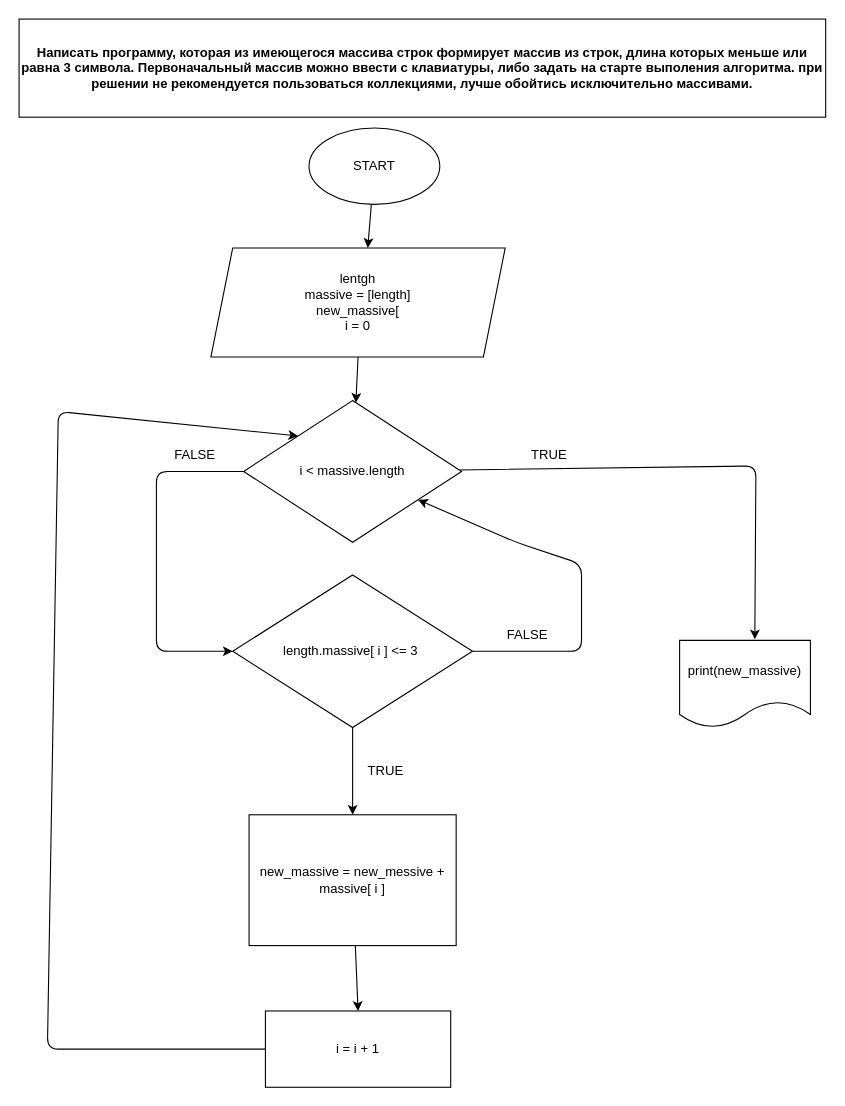
Earlier version of the draw.io diagram exam.drawio (leru0411/examination-07.08.2022). Source tidied: cells renumbered, new cells numbered last; positions are measured from the earlier drawing's top-left corner, leaving out a move shared by most shapes. Both pictures are drawn from the tidied source at 109%, with x=0, y=0 at pixel (19, 19).
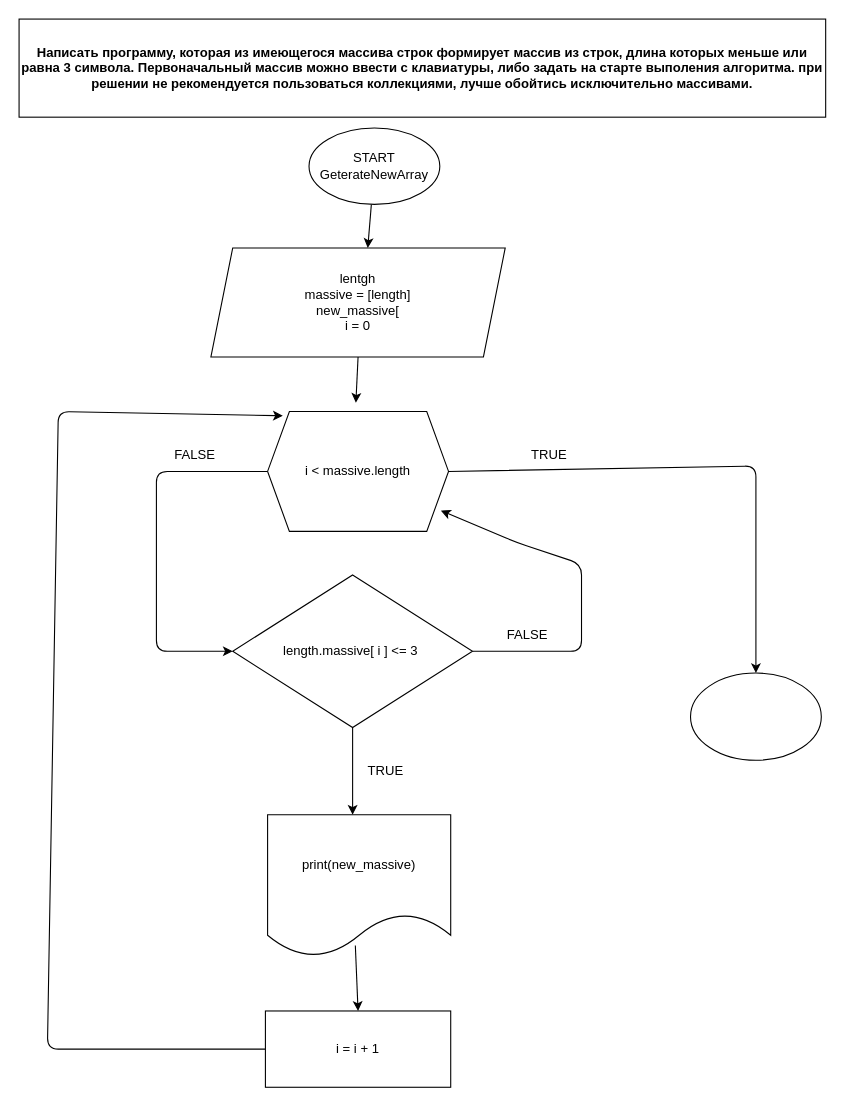
The same page after the edit.

Commit message:
corrected diagram

Unchanged cells that the change refers to:
```xml
<mxCell id="6" value="lentgh&lt;br&gt;massive = [length]&lt;br&gt;new_massive[&lt;br&gt;i = 0" style="shape=parallelogram;perimeter=parallelogramPerimeter;whiteSpace=wrap;html=1;fixedSize=1;" parent="1" vertex="1">
  <mxGeometry x="176" y="210" width="270" height="100" as="geometry" />
</mxCell>
<mxCell id="12" value="length.massive[ i ] &amp;lt;= 3&amp;nbsp;" style="rhombus;whiteSpace=wrap;html=1;" parent="1" vertex="1">
  <mxGeometry x="196" y="510" width="220" height="140" as="geometry" />
</mxCell>
<mxCell id="16" value="i = i + 1" style="rounded=0;whiteSpace=wrap;html=1;" parent="1" vertex="1">
  <mxGeometry x="226" y="910" width="170" height="70" as="geometry" />
</mxCell>
```

The edit, as a diff of the source:
```diff
@@
-    <mxCell id="4" value="START" style="ellipse;whiteSpace=wrap;html=1;" parent="1" vertex="1">
+    <mxCell id="4" value="START GeterateNewArray" style="ellipse;whiteSpace=wrap;html=1;" parent="1" vertex="1">
       <mxGeometry x="266" y="100" width="120" height="70" as="geometry" />
     </mxCell>
-    <mxCell id="5" style="edgeStyle=none;html=1;exitX=0.5;exitY=1;exitDx=0;exitDy=0;" parent="1" edge="1" source="6" target="9">
-      <mxGeometry relative="1" as="geometry" />
+    <mxCell id="5" style="edgeStyle=none;html=1;exitX=0.5;exitY=1;exitDx=0;exitDy=0;" parent="1" edge="1" source="6">
+      <mxGeometry relative="1" as="geometry">
+        <mxPoint x="309" y="352" as="targetPoint" />
+      </mxGeometry>
     </mxCell>
@@
-    <mxCell id="7" style="edgeStyle=none;html=1;entryX=0;entryY=0.5;entryDx=0;entryDy=0;" parent="1" edge="1" source="9" target="12">
+    <mxCell id="7" style="edgeStyle=none;html=1;entryX=0;entryY=0.5;entryDx=0;entryDy=0;exitX=0;exitY=0.5;exitDx=0;exitDy=0;" parent="1" edge="1" source="9" target="12">
       <mxGeometry relative="1" as="geometry">
         <Array as="points">
           <mxPoint x="126" y="415" />
           <mxPoint x="126" y="580" />
         </Array>
       </mxGeometry>
     </mxCell>
-    <mxCell id="8" style="edgeStyle=none;html=1;entryX=0.575;entryY=-0.012;entryDx=0;entryDy=0;entryPerimeter=0;" parent="1" edge="1" source="9" target="17">
+    <mxCell id="8" style="edgeStyle=none;html=1;exitX=1;exitY=0.5;exitDx=0;exitDy=0;" parent="1" edge="1" source="9">
       <mxGeometry relative="1" as="geometry">
+        <mxPoint x="676" y="600" as="targetPoint" />
         <Array as="points">
           <mxPoint x="676" y="410" />
         </Array>
       </mxGeometry>
     </mxCell>
-    <mxCell id="9" value="i &amp;lt; massive.length" style="rhombus;whiteSpace=wrap;html=1;" parent="1" vertex="1">
-      <mxGeometry x="206" y="350" width="200" height="130" as="geometry" />
-    </mxCell>
-    <mxCell id="10" style="edgeStyle=none;html=1;entryX=0.5;entryY=0;entryDx=0;entryDy=0;" parent="1" edge="1" source="12" target="14">
-      <mxGeometry relative="1" as="geometry" />
+    <mxCell id="10" style="edgeStyle=none;html=1;entryX=0.5;entryY=0;entryDx=0;entryDy=0;" parent="1" edge="1" source="12">
+      <mxGeometry relative="1" as="geometry">
+        <mxPoint x="306" y="730" as="targetPoint" />
+      </mxGeometry>
     </mxCell>
-    <mxCell id="11" style="edgeStyle=none;html=1;" parent="1" edge="1" source="12" target="9">
+    <mxCell id="11" style="edgeStyle=none;html=1;entryX=0.958;entryY=0.827;entryDx=0;entryDy=0;entryPerimeter=0;" parent="1" edge="1" source="12" target="9">
       <mxGeometry relative="1" as="geometry">
         <Array as="points">
           <mxPoint x="516" y="580" />
           <mxPoint x="516" y="500" />
           <mxPoint x="456" y="480" />
         </Array>
       </mxGeometry>
     </mxCell>
@@
-    <mxCell id="13" style="edgeStyle=none;html=1;entryX=0.5;entryY=0;entryDx=0;entryDy=0;" parent="1" edge="1" source="14" target="16">
-      <mxGeometry relative="1" as="geometry" />
+    <mxCell id="13" style="edgeStyle=none;html=1;entryX=0.5;entryY=0;entryDx=0;entryDy=0;" parent="1" edge="1" target="16">
+      <mxGeometry relative="1" as="geometry">
+        <mxPoint x="308.5" y="850" as="sourcePoint" />
+      </mxGeometry>
     </mxCell>
-    <mxCell id="14" value="new_massive = new_messive + massive[ i ]" style="rounded=0;whiteSpace=wrap;html=1;" parent="1" vertex="1">
-      <mxGeometry x="211" y="730" width="190" height="120" as="geometry" />
-    </mxCell>
-    <mxCell id="15" style="edgeStyle=none;html=1;entryX=0;entryY=0;entryDx=0;entryDy=0;" parent="1" edge="1" source="16" target="9">
+    <mxCell id="15" style="edgeStyle=none;html=1;entryX=0.084;entryY=0.036;entryDx=0;entryDy=0;entryPerimeter=0;" parent="1" edge="1" source="16" target="9">
       <mxGeometry relative="1" as="geometry">
         <Array as="points">
           <mxPoint x="26" y="945" />
           <mxPoint x="36" y="360" />
         </Array>
       </mxGeometry>
     </mxCell>
@@
     <mxCell id="17" value="print(new_massive)" style="shape=document;whiteSpace=wrap;html=1;boundedLbl=1;" parent="1" vertex="1">
-      <mxGeometry x="606" y="570" width="120" height="80" as="geometry" />
+      <mxGeometry x="228" y="730" width="168" height="130" as="geometry" />
     </mxCell>
@@
+    <mxCell id="9" value="&lt;span&gt;i &amp;lt; massive.length&lt;/span&gt;" style="shape=hexagon;perimeter=hexagonPerimeter2;whiteSpace=wrap;html=1;fixedSize=1;" parent="1" vertex="1">
+      <mxGeometry x="228" y="360" width="166" height="110" as="geometry" />
+    </mxCell>
+    <mxCell id="22" style="ellipse;whiteSpace=wrap;html=1;" parent="1" vertex="1">
+      <mxGeometry x="616" y="600" width="120" height="80" as="geometry" />
+    </mxCell>
```
